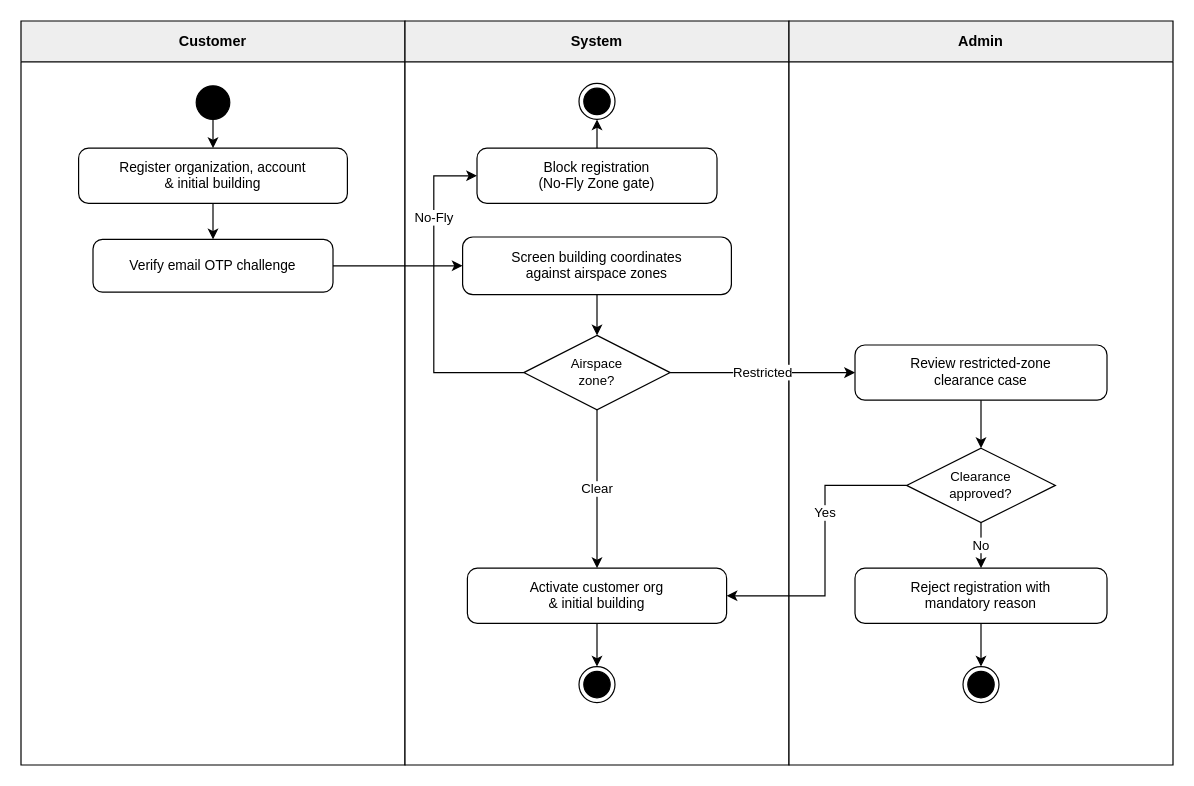
This is page "MF1A - Customer Onboarding" (1 of 5) of diagrams/smartdrone-activity-diagrams.drawio from tungbach12/SmartDroneInspection-Docs, a draw.io file, before an edit. Source tidied: cells renumbered, new cells numbered last; positions are measured from the earlier drawing's top-left corner, leaving out a move shared by most shapes. Both pictures are drawn from the tidied source at 120%, with x=0, y=0 at pixel (20, 20).
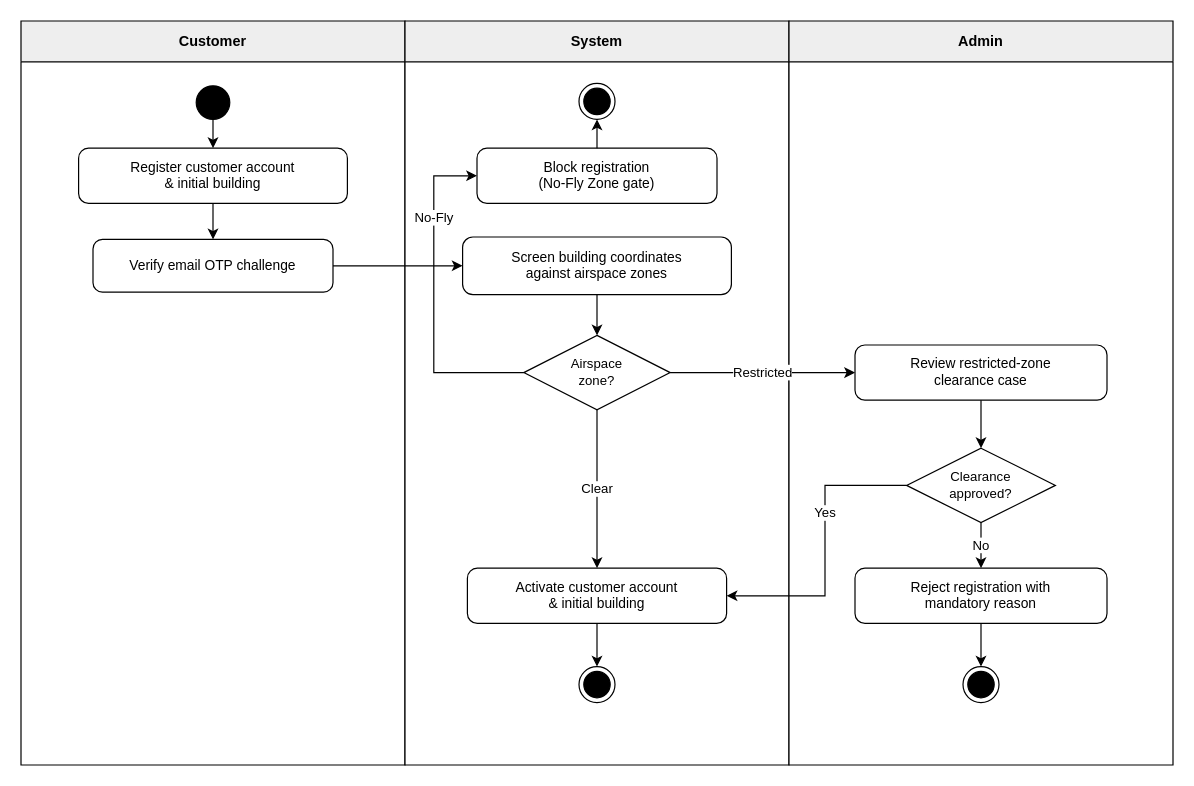
After the change.

Diff of the diagram source:
```diff
@@
-    <mxCell id="6" value="Register organization, account&lt;br&gt;&amp;amp; initial building" style="rounded=1;whiteSpace=wrap;html=1;arcSize=18;fillColor=#FFFFFF;strokeColor=#000000;strokeWidth=1;fontColor=#000000;fontSize=11.5;fontFamily=Helvetica;align=center;verticalAlign=middle;spacingLeft=8;spacingRight=8;" parent="1" vertex="1">
+    <mxCell id="6" value="Register customer account&lt;br&gt;&amp;amp; initial building" style="rounded=1;whiteSpace=wrap;html=1;arcSize=18;fillColor=#FFFFFF;strokeColor=#000000;strokeWidth=1;fontColor=#000000;fontSize=11.5;fontFamily=Helvetica;align=center;verticalAlign=middle;spacingLeft=8;spacingRight=8;" parent="1" vertex="1">
       <mxGeometry x="48" y="106" width="224" height="46" as="geometry" />
     </mxCell>
@@
-    <mxCell id="16" value="Activate customer org&lt;br&gt;&amp;amp; initial building" style="rounded=1;whiteSpace=wrap;html=1;arcSize=18;fillColor=#FFFFFF;strokeColor=#000000;strokeWidth=1;fontColor=#000000;fontSize=11.5;fontFamily=Helvetica;align=center;verticalAlign=middle;spacingLeft=8;spacingRight=8;" parent="1" vertex="1">
+    <mxCell id="16" value="Activate customer account&lt;br&gt;&amp;amp; initial building" style="rounded=1;whiteSpace=wrap;html=1;arcSize=18;fillColor=#FFFFFF;strokeColor=#000000;strokeWidth=1;fontColor=#000000;fontSize=11.5;fontFamily=Helvetica;align=center;verticalAlign=middle;spacingLeft=8;spacingRight=8;" parent="1" vertex="1">
       <mxGeometry x="372" y="456" width="216" height="46" as="geometry" />
     </mxCell>
```
